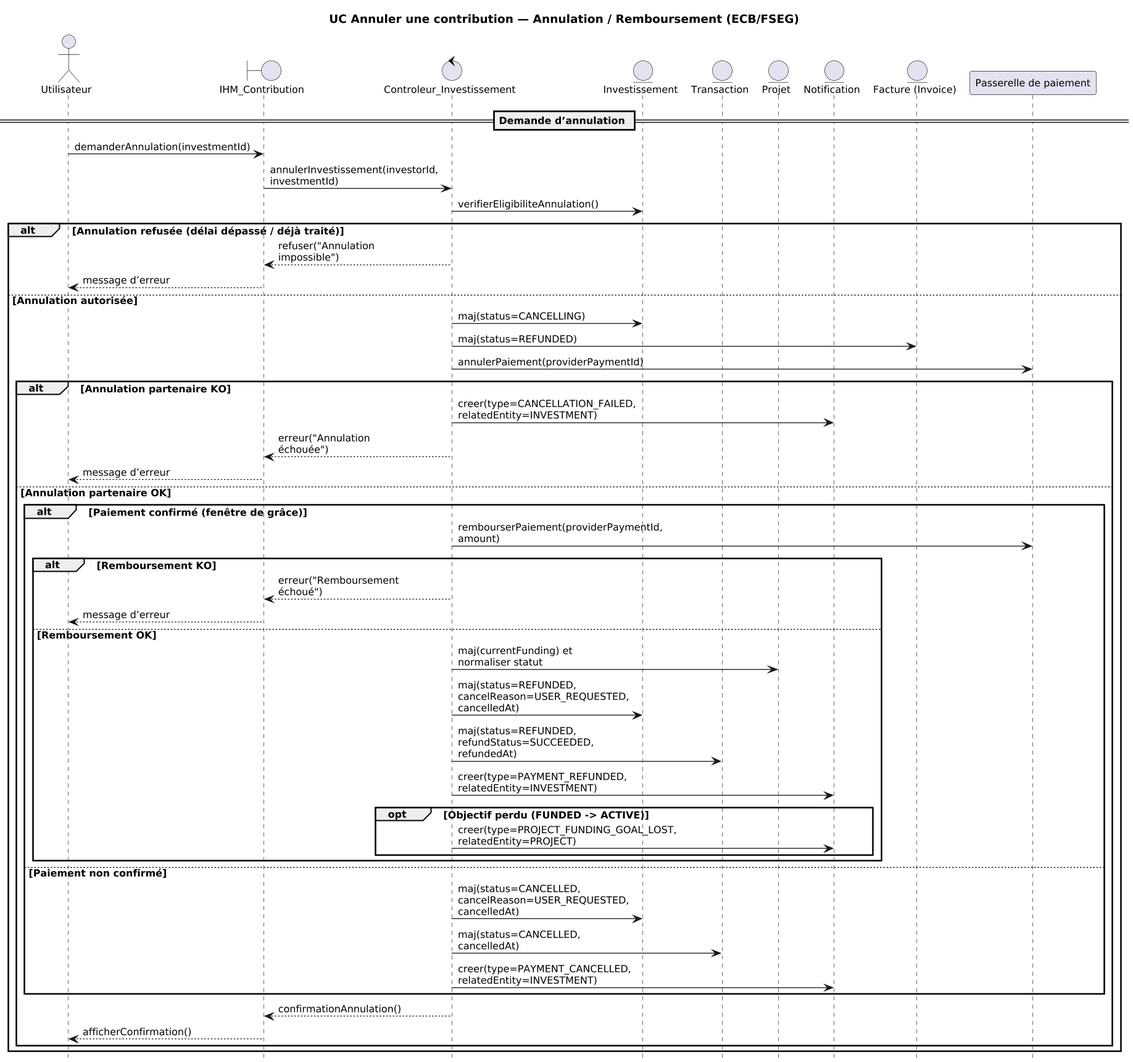
Gdoura44/crowdfunding keeps this PlantUML diagram as rapport/images/sequence_diagram/annuler_contribution.png. Above is the earlier version.
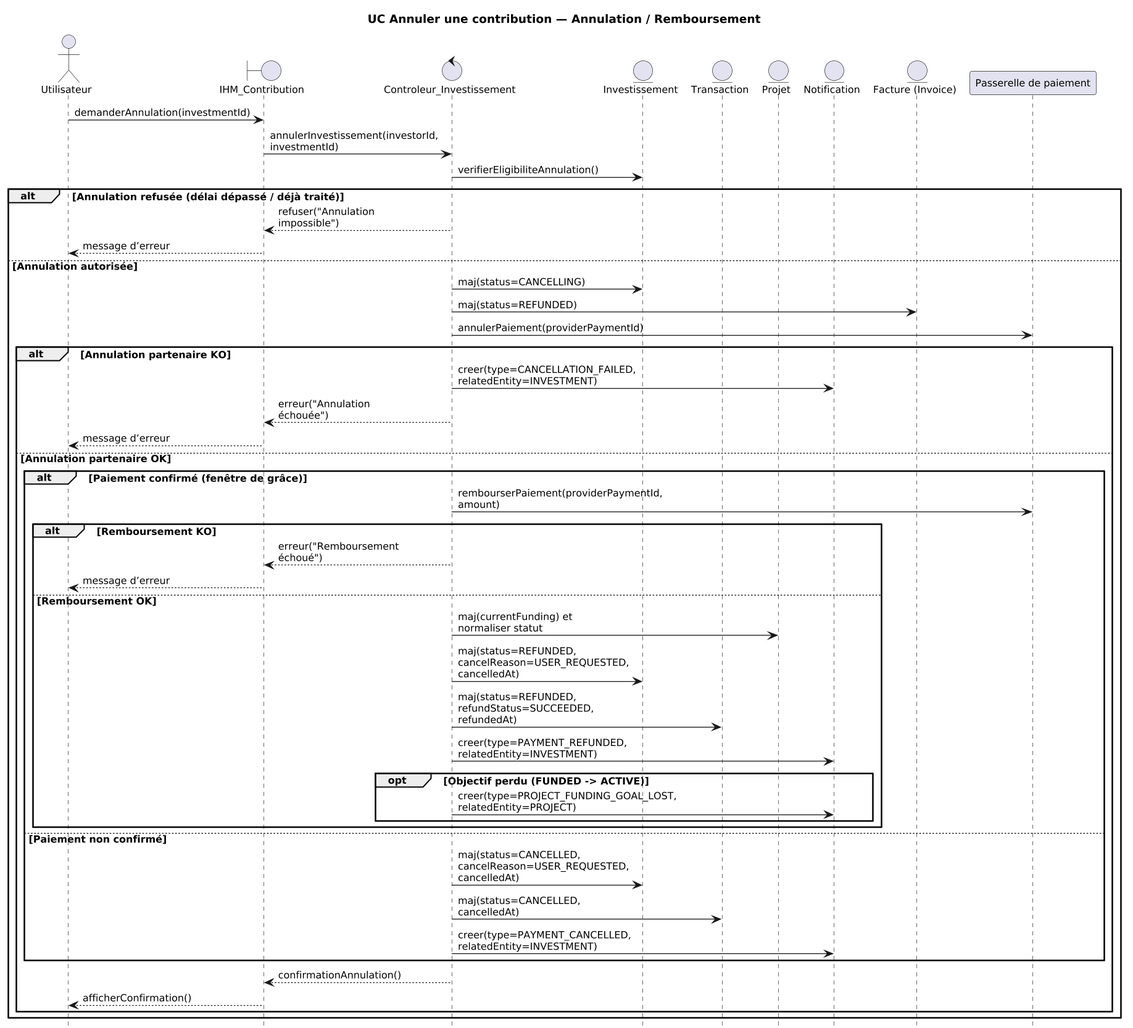
The same diagram one commit later.

Diff of the diagram source:
```diff
@@ -10,7 +10,7 @@
 skinparam dpi 150
 scale 0.85
 
-title UC Annuler une contribution — Annulation / Remboursement (ECB/FSEG)
+title UC Annuler une contribution — Annulation / Remboursement
 
 actor "Utilisateur" as U
 boundary "IHM_Contribution" as IHM
@@ -22,7 +22,6 @@
 entity "Facture (Invoice)" as Invoice
 participant "Passerelle de paiement" as Pay
 
-== Demande d’annulation ==
 U -> IHM : demanderAnnulation(investmentId)
 IHM -> CI : annulerInvestissement(investorId, investmentId)
 
```
